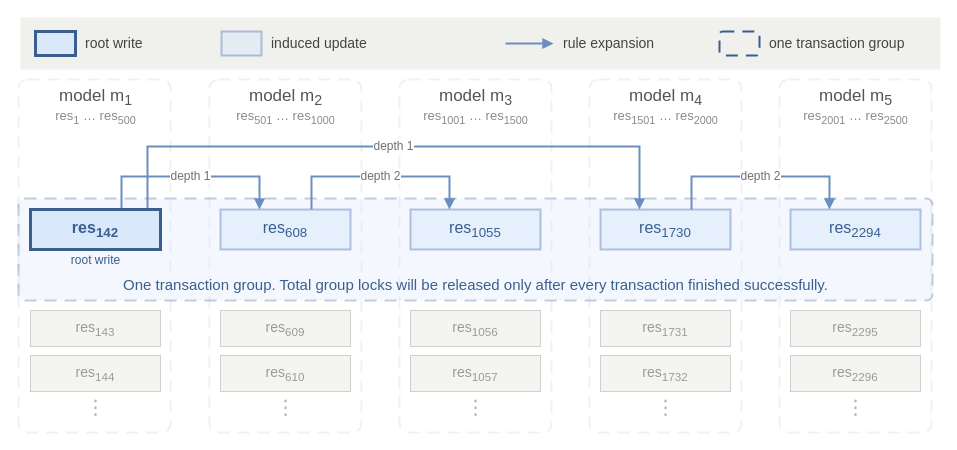
This is figures/fig-cpr-expansion-acid.drawio from mililika/bachelor-thesis-tum-acid-base-adaptivity, a draw.io file, before an edit. Source tidied: cells renumbered, new cells numbered last; positions are measured from the earlier drawing's top-left corner, leaving out a move shared by most shapes. Both pictures are drawn from the tidied source at 100%, with x=0, y=0 at pixel (18, 17).
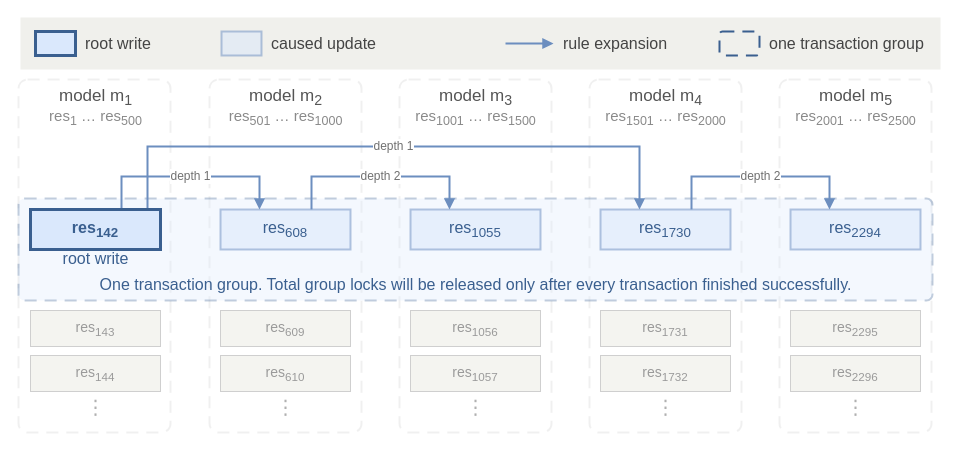
The same page after the edit.

What changed in the source:
```diff
@@
-    <mxCell id="4" value="root write" style="text;html=1;align=left;verticalAlign=middle;fontSize=14;fontFamily=Helvetica;fontColor=#444444;fontStyle=0;" parent="1" vertex="1">
+    <mxCell id="4" value="root write" style="text;html=1;align=left;verticalAlign=middle;fontSize=16;fontFamily=Helvetica;fontColor=#444444;fontStyle=0;" parent="1" vertex="1">
       <mxGeometry x="65" y="14" width="120" height="24" as="geometry" />
     </mxCell>
@@
-    <mxCell id="6" value="induced update" style="text;html=1;align=left;verticalAlign=middle;fontSize=14;fontFamily=Helvetica;fontColor=#444444;fontStyle=0;" parent="1" vertex="1">
+    <mxCell id="6" value="caused update" style="text;html=1;align=left;verticalAlign=middle;fontSize=16;fontFamily=Helvetica;fontColor=#444444;fontStyle=0;" parent="1" vertex="1">
       <mxGeometry x="251" y="14" width="226" height="24" as="geometry" />
     </mxCell>
@@
-    <mxCell id="8" value="rule expansion" style="text;html=1;align=left;verticalAlign=middle;fontSize=14;fontFamily=Helvetica;fontColor=#444444;fontStyle=0;" parent="1" vertex="1">
+    <mxCell id="8" value="rule expansion" style="text;html=1;align=left;verticalAlign=middle;fontSize=16;fontFamily=Helvetica;fontColor=#444444;fontStyle=0;" parent="1" vertex="1">
       <mxGeometry x="543" y="14" width="150" height="24" as="geometry" />
     </mxCell>
@@
-    <mxCell id="10" value="one transaction group" style="text;html=1;align=left;verticalAlign=middle;fontSize=14;fontFamily=Helvetica;fontColor=#444444;fontStyle=0;" parent="1" vertex="1">
+    <mxCell id="10" value="one transaction group" style="text;html=1;align=left;verticalAlign=middle;fontSize=16;fontFamily=Helvetica;fontColor=#444444;fontStyle=0;" parent="1" vertex="1">
       <mxGeometry x="749" y="14" width="170" height="24" as="geometry" />
     </mxCell>
@@
-    <mxCell id="17" value="One transaction group. Total group locks will be released only after every transaction finished successfully." style="text;html=1;align=center;verticalAlign=middle;fontSize=15;fontFamily=Helvetica;fontColor=#3a5f8f;fontStyle=0;" parent="1" vertex="1">
+    <mxCell id="17" value="One transaction group. Total group locks will be released only after every transaction finished successfully." style="text;html=1;align=center;verticalAlign=middle;fontSize=16;fontFamily=Helvetica;fontColor=#3a5f8f;fontStyle=0;" parent="1" vertex="1">
       <mxGeometry y="255" width="914" height="24" as="geometry" />
     </mxCell>
@@
-    <mxCell id="26" value="root write" style="text;html=1;align=center;verticalAlign=middle;fontSize=12;fontFamily=Helvetica;fontColor=#3a5f8f;fontStyle=0;" parent="1" vertex="1">
-      <mxGeometry x="12" y="234" width="130" height="18" as="geometry" />
+    <mxCell id="26" value="root write" style="text;html=1;align=center;verticalAlign=middle;fontSize=16;fontFamily=Helvetica;fontColor=#3a5f8f;fontStyle=0;" parent="1" vertex="1">
+      <mxGeometry x="12" y="231.5" width="130" height="18" as="geometry" />
     </mxCell>
@@
-    <mxCell id="33" value="res&lt;sub&gt;1&lt;/sub&gt; … res&lt;sub&gt;500&lt;/sub&gt;" style="text;html=1;align=center;verticalAlign=middle;fontSize=13;fontFamily=Helvetica;fontColor=#8a8a8a;fontStyle=0;" parent="1" vertex="1">
+    <mxCell id="33" value="res&lt;sub&gt;1&lt;/sub&gt; … res&lt;sub&gt;500&lt;/sub&gt;" style="text;html=1;align=center;verticalAlign=middle;fontSize=15;fontFamily=Helvetica;fontColor=#8a8a8a;fontStyle=0;" parent="1" vertex="1">
       <mxGeometry x="2" y="91" width="150" height="18" as="geometry" />
     </mxCell>
@@
-    <mxCell id="35" value="res&lt;sub&gt;501&lt;/sub&gt; … res&lt;sub&gt;1000&lt;/sub&gt;" style="text;html=1;align=center;verticalAlign=middle;fontSize=13;fontFamily=Helvetica;fontColor=#8a8a8a;fontStyle=0;" parent="1" vertex="1">
+    <mxCell id="35" value="res&lt;sub&gt;501&lt;/sub&gt; … res&lt;sub&gt;1000&lt;/sub&gt;" style="text;html=1;align=center;verticalAlign=middle;fontSize=15;fontFamily=Helvetica;fontColor=#8a8a8a;fontStyle=0;" parent="1" vertex="1">
       <mxGeometry x="192" y="91" width="150" height="18" as="geometry" />
     </mxCell>
@@
-    <mxCell id="37" value="res&lt;sub&gt;1001&lt;/sub&gt; … res&lt;sub&gt;1500&lt;/sub&gt;" style="text;html=1;align=center;verticalAlign=middle;fontSize=13;fontFamily=Helvetica;fontColor=#8a8a8a;fontStyle=0;" parent="1" vertex="1">
+    <mxCell id="37" value="res&lt;sub&gt;1001&lt;/sub&gt; … res&lt;sub&gt;1500&lt;/sub&gt;" style="text;html=1;align=center;verticalAlign=middle;fontSize=15;fontFamily=Helvetica;fontColor=#8a8a8a;fontStyle=0;" parent="1" vertex="1">
       <mxGeometry x="382" y="91" width="150" height="18" as="geometry" />
     </mxCell>
@@
-    <mxCell id="39" value="res&lt;sub&gt;1501&lt;/sub&gt; … res&lt;sub&gt;2000&lt;/sub&gt;" style="text;html=1;align=center;verticalAlign=middle;fontSize=13;fontFamily=Helvetica;fontColor=#8a8a8a;fontStyle=0;" parent="1" vertex="1">
+    <mxCell id="39" value="res&lt;sub&gt;1501&lt;/sub&gt; … res&lt;sub&gt;2000&lt;/sub&gt;" style="text;html=1;align=center;verticalAlign=middle;fontSize=15;fontFamily=Helvetica;fontColor=#8a8a8a;fontStyle=0;" parent="1" vertex="1">
       <mxGeometry x="572" y="91" width="150" height="18" as="geometry" />
     </mxCell>
@@
-    <mxCell id="41" value="res&lt;sub&gt;2001&lt;/sub&gt; … res&lt;sub&gt;2500&lt;/sub&gt;" style="text;html=1;align=center;verticalAlign=middle;fontSize=13;fontFamily=Helvetica;fontColor=#8a8a8a;fontStyle=0;" parent="1" vertex="1">
+    <mxCell id="41" value="res&lt;sub&gt;2001&lt;/sub&gt; … res&lt;sub&gt;2500&lt;/sub&gt;" style="text;html=1;align=center;verticalAlign=middle;fontSize=15;fontFamily=Helvetica;fontColor=#8a8a8a;fontStyle=0;" parent="1" vertex="1">
       <mxGeometry x="762" y="91" width="150" height="18" as="geometry" />
     </mxCell>
```
